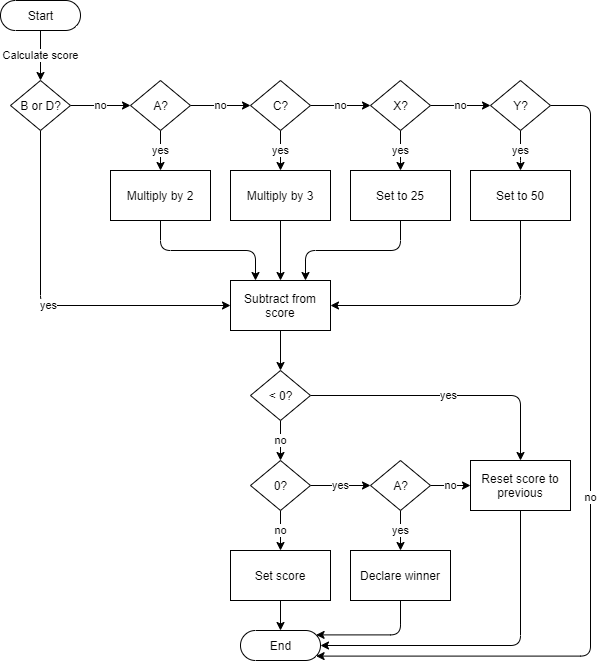
The draw.io diagram documentation/'501' Game Logic.png in kparlak/dart-scoring-system, before a commit. Source tidied: cells renumbered, new cells last; positions are measured from the earlier drawing's top-left corner, leaving out a move shared by most shapes.
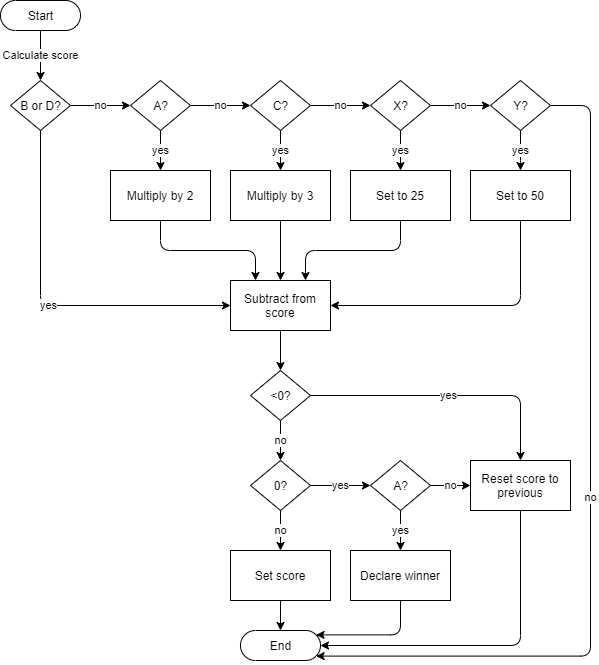
The same file after the commit.

Commit message:
Update game logic verbage

What changed in the source:
```diff
@@ -148,7 +148,7 @@
     <mxCell id="41" value="yes" style="edgeStyle=orthogonalEdgeStyle;rounded=1;jettySize=auto;html=1;exitX=1;exitY=0.5;exitDx=0;exitDy=0;entryX=0.5;entryY=0;entryDx=0;entryDy=0;" parent="1" edge="1" source="42" target="39">
       <mxGeometry relative="1" as="geometry" />
     </mxCell>
-    <mxCell id="42" value="&amp;lt; 0?" style="shape=rhombus;html=1;dashed=0;whitespace=wrap;perimeter=rhombusPerimeter;" parent="1" vertex="1">
+    <mxCell id="42" value="&amp;lt;0?" style="shape=rhombus;html=1;dashed=0;whitespace=wrap;perimeter=rhombusPerimeter;" parent="1" vertex="1">
       <mxGeometry x="250" y="370" width="60" height="50" as="geometry" />
     </mxCell>
     <mxCell id="43" style="edgeStyle=orthogonalEdgeStyle;rounded=1;jettySize=auto;html=1;exitX=0.5;exitY=1;exitDx=0;exitDy=0;entryX=0.5;entryY=0.5;entryDx=0;entryDy=-15;entryPerimeter=0;" parent="1" edge="1" source="44" target="23">
```
